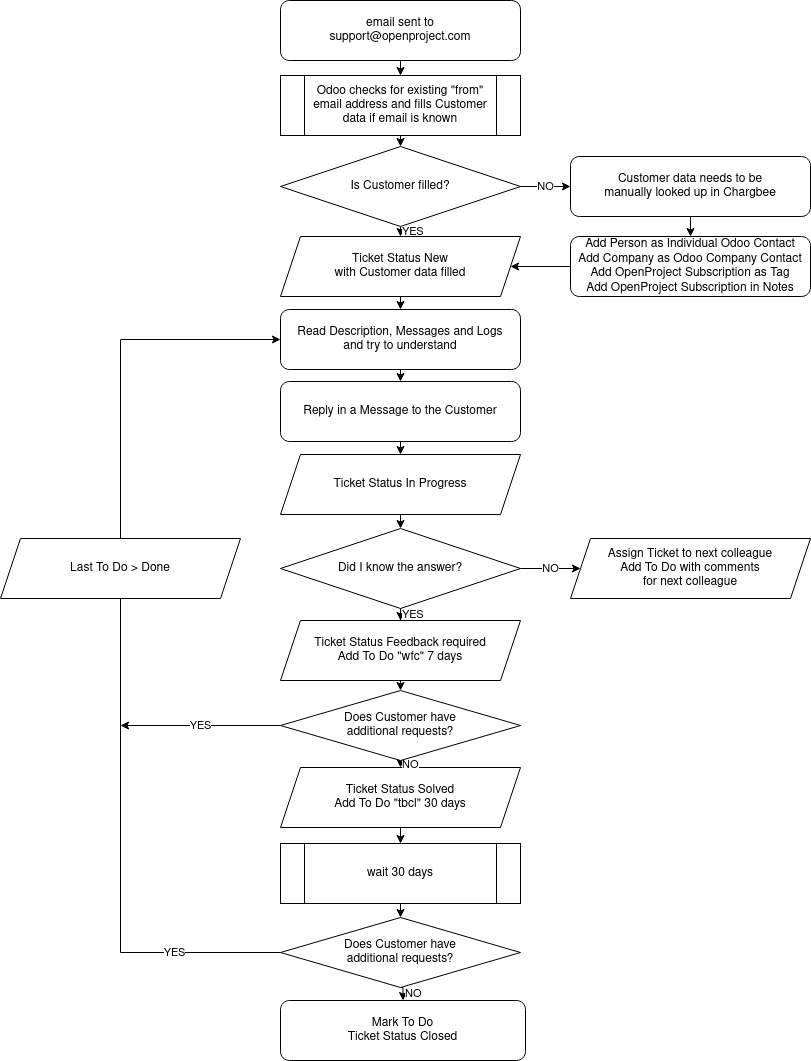
Before: ticket-creation-by-email.drawio.png, a diagram exported from draw.io (adam-op/op-draw-io-storage). Source tidied: cells renumbered, new cells last; positions are measured from the earlier drawing's top-left corner, leaving out a move shared by most shapes.
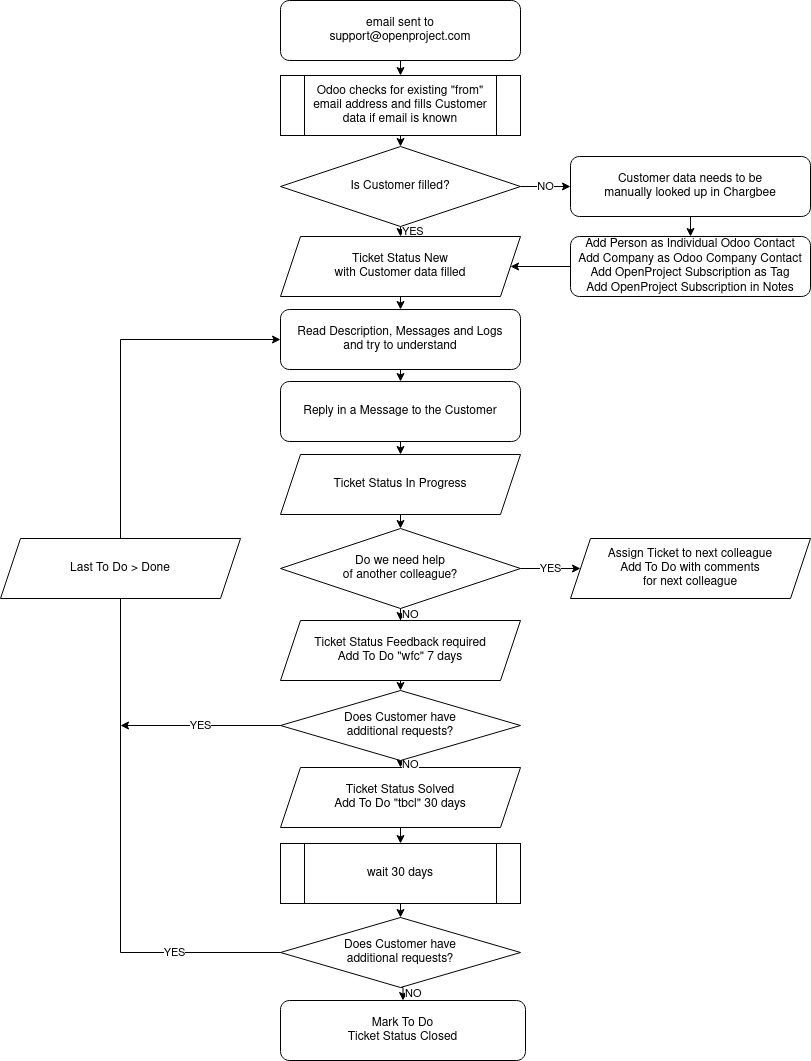
After the commit.

What changed in the source:
```diff
@@ -76,13 +76,13 @@
     <mxCell id="24" value="&lt;div&gt;Read Description, Messages and Logs&lt;br&gt;&lt;/div&gt;&lt;div&gt;and try to understand&lt;/div&gt;" style="rounded=1;whiteSpace=wrap;html=1;" parent="1" vertex="1">
       <mxGeometry x="280" y="309" width="240" height="60" as="geometry" />
     </mxCell>
-    <mxCell id="25" value="&lt;div align=&quot;left&quot;&gt;YES&lt;/div&gt;" style="edgeStyle=orthogonalEdgeStyle;rounded=0;jettySize=auto;html=1;exitX=0.5;exitY=1;exitDx=0;exitDy=0;align=left;" parent="1" edge="1" source="27" target="31">
+    <mxCell id="25" value="NO" style="edgeStyle=orthogonalEdgeStyle;rounded=0;jettySize=auto;html=1;exitX=0.5;exitY=1;exitDx=0;exitDy=0;align=left;" parent="1" edge="1" source="27" target="31">
       <mxGeometry relative="1" as="geometry" />
     </mxCell>
-    <mxCell id="26" value="NO" style="edgeStyle=orthogonalEdgeStyle;rounded=0;jettySize=auto;html=1;entryX=0;entryY=0.5;entryDx=0;entryDy=0;" parent="1" edge="1" source="27" target="34">
+    <mxCell id="26" value="YES" style="edgeStyle=orthogonalEdgeStyle;rounded=0;jettySize=auto;html=1;entryX=0;entryY=0.5;entryDx=0;entryDy=0;" parent="1" edge="1" source="27" target="34">
       <mxGeometry relative="1" as="geometry" />
     </mxCell>
-    <mxCell id="27" value="Did I know the answer?" style="rhombus;whiteSpace=wrap;html=1;" parent="1" vertex="1">
+    <mxCell id="27" value="&lt;div&gt;Do we need help&lt;/div&gt;&lt;div&gt;of another colleague?&lt;/div&gt;" style="rhombus;whiteSpace=wrap;html=1;" parent="1" vertex="1">
       <mxGeometry x="280" y="528" width="240" height="80" as="geometry" />
     </mxCell>
     <mxCell id="28" style="edgeStyle=orthogonalEdgeStyle;rounded=0;jettySize=auto;html=1;exitX=0.5;exitY=1;exitDx=0;exitDy=0;entryX=0.5;entryY=0;entryDx=0;entryDy=0;" parent="1" edge="1" source="29" target="33">
```
